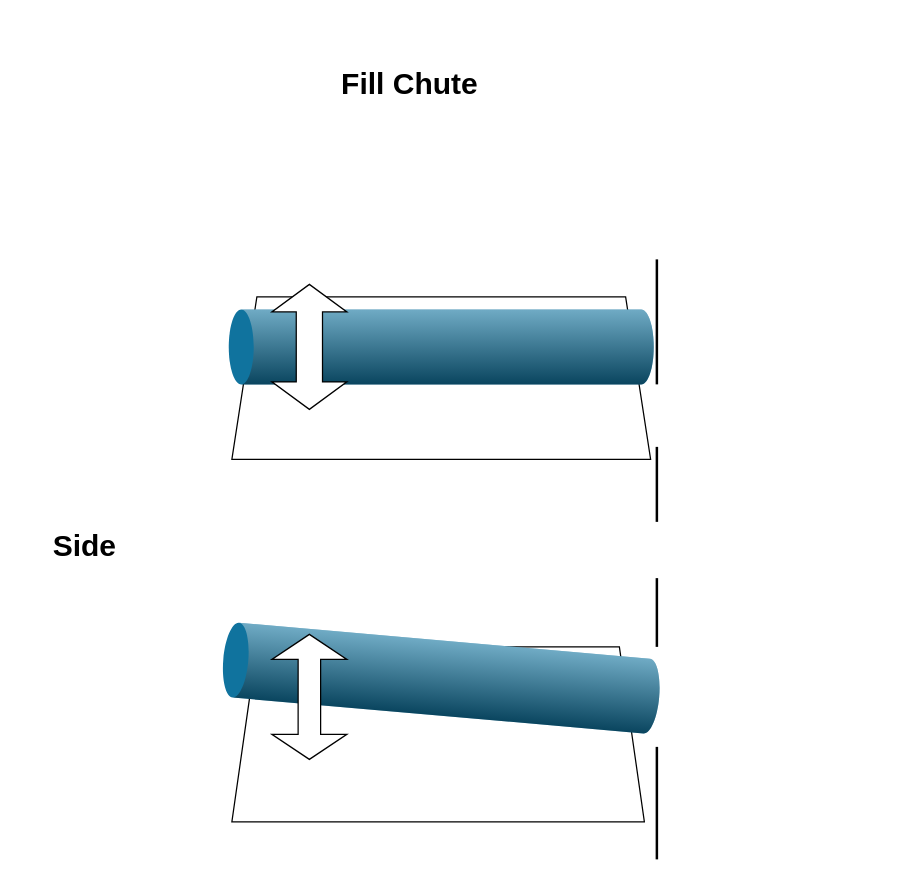
This is page "Fill Chute" (3 of 4) of ballLift.drawio from DrBiffness/pachinko-lift, a draw.io file, before an edit. Source tidied: cells renumbered, new cells numbered last; positions are measured from the earlier drawing's top-left corner, leaving out a move shared by most shapes. Both pictures are drawn from the tidied source at 125%, with x=0, y=0 at pixel (21, 21).
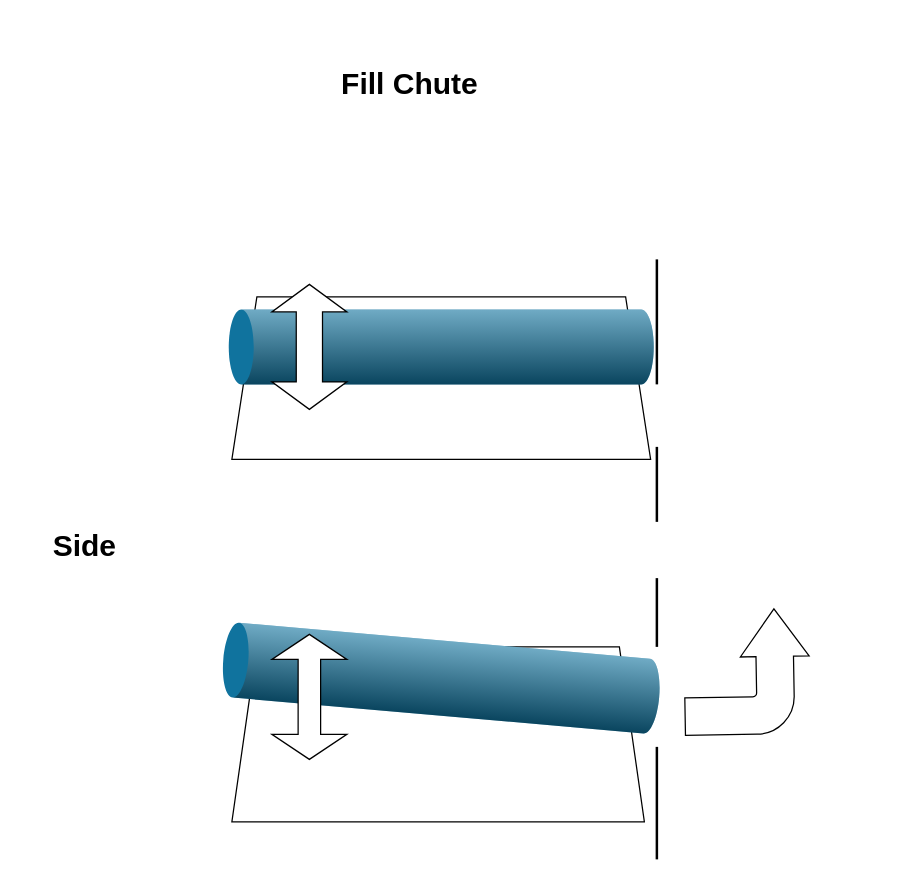
The same page after the edit.

Commit message:
Update fill chute

What changed in the source:
```diff
@@
 <mxGraphModel>
   <root>
     <mxCell id="0" />
     <mxCell id="1" parent="0" />
     <mxCell id="2" value="Fill Chute" style="text;strokeColor=none;fillColor=none;html=1;fontSize=24;fontStyle=1;verticalAlign=middle;align=center;" parent="1" vertex="1">
       <mxGeometry x="190" width="240" height="100" as="geometry" />
     </mxCell>
     <mxCell id="3" style="shape=trapezoid;perimeter=trapezoidPerimeter;whiteSpace=wrap;html=1;fixedSize=1;" parent="1" vertex="1">
       <mxGeometry x="168" y="220" width="335" height="130" as="geometry" />
     </mxCell>
     <mxCell id="4" style="verticalLabelPosition=bottom;verticalAlign=top;html=1;shape=mxgraph.infographic.cylinder;fillColor=#10739E;strokeColor=none;rotation=-90;" parent="1" vertex="1">
       <mxGeometry x="305.5" y="90" width="60" height="340" as="geometry" />
     </mxCell>
     <mxCell id="5" style="html=1;shadow=0;dashed=0;align=center;verticalAlign=middle;shape=mxgraph.arrows2.twoWayArrow;dy=0.65;dx=22;rotation=-90;" parent="1" vertex="1">
       <mxGeometry x="180" y="230" width="100" height="60" as="geometry" />
     </mxCell>
     <mxCell id="6" style="shape=trapezoid;perimeter=trapezoidPerimeter;whiteSpace=wrap;html=1;fixedSize=1;" parent="1" vertex="1">
       <mxGeometry x="168" y="500" width="330" height="140" as="geometry" />
     </mxCell>
     <mxCell id="7" style="verticalLabelPosition=bottom;verticalAlign=top;html=1;shape=mxgraph.infographic.cylinder;fillColor=#10739E;strokeColor=none;rotation=-85;" parent="1" vertex="1">
       <mxGeometry x="305.5" y="350" width="60" height="350" as="geometry" />
     </mxCell>
     <mxCell id="8" style="shape=doubleArrow;direction=south;whiteSpace=wrap;html=1;" parent="1" vertex="1">
       <mxGeometry x="200" y="490" width="60" height="100" as="geometry" />
     </mxCell>
     <mxCell id="9" style="line;strokeWidth=2;direction=south;html=1;" parent="1" vertex="1">
       <mxGeometry x="503" y="190" width="10" height="100" as="geometry" />
     </mxCell>
     <mxCell id="10" style="line;strokeWidth=2;direction=south;html=1;" parent="1" vertex="1">
       <mxGeometry x="328" y="340" width="360" height="60" as="geometry" />
     </mxCell>
     <mxCell id="11" style="line;strokeWidth=2;direction=south;html=1;" parent="1" vertex="1">
       <mxGeometry x="503" y="445" width="10" height="55" as="geometry" />
     </mxCell>
     <mxCell id="12" style="line;strokeWidth=2;direction=south;html=1;" parent="1" vertex="1">
       <mxGeometry x="503" y="580" width="10" height="90" as="geometry" />
     </mxCell>
     <mxCell id="13" value="Side" style="text;strokeColor=none;fillColor=none;html=1;fontSize=24;fontStyle=1;verticalAlign=middle;align=center;" parent="1" vertex="1">
       <mxGeometry y="400" width="100" height="40" as="geometry" />
     </mxCell>
+    <mxCell id="14" style="html=1;shadow=0;dashed=0;align=center;verticalAlign=middle;shape=mxgraph.arrows2.bendArrow;dy=15;dx=38;notch=0;arrowHead=55;rounded=1;flipH=1;rotation=89;" parent="1" vertex="1">
+      <mxGeometry x="530" y="470" width="100" height="100" as="geometry" />
+    </mxCell>
   </root>
 </mxGraphModel>
```
